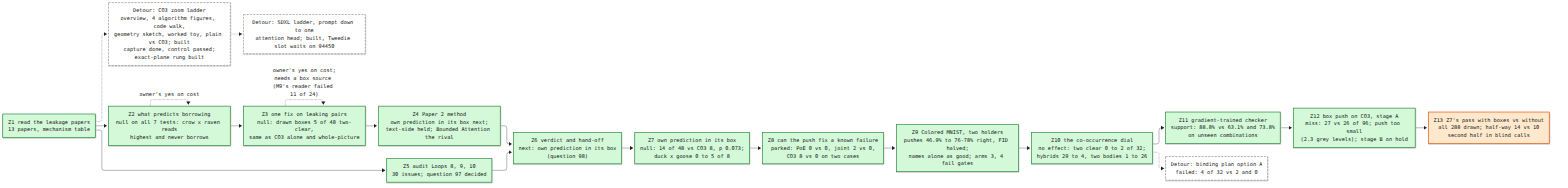
Above: artifacts/notes/progress/leakage/loop-12-progress.png in mo-rsa24/concept-composition (Mermaid), before the change. Its source is kept beside it as artifacts/notes/progress/leakage/loop-12-progress.mmd.
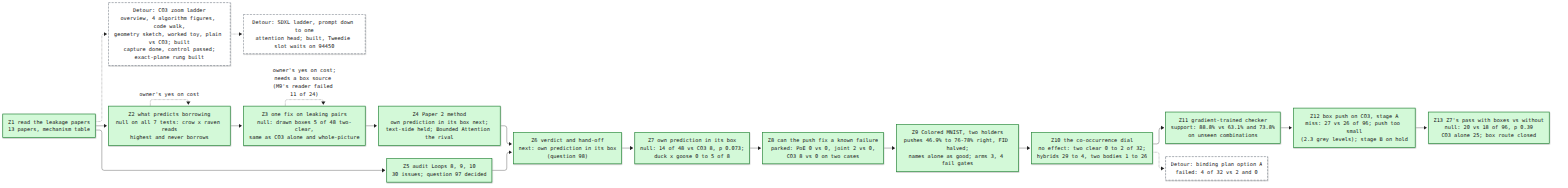
After the commit.

Commit message:
Loop 12 closes: Z13 done (null); where-loop-12-ends extended through Z12 and Z13; map and board

The edit, as a diff of the source:
```diff
@@ -26,7 +26,7 @@
   Z10 --> Z11
   Z12["Z12 box push on CO3, stage A<br/>miss: 27 vs 26 of 96; push too small<br/>(2.3 grey levels); stage B on hold"]:::done
   Z11 --> Z12
-  Z13["Z13 Z7's pass with boxes vs without<br/>all 288 drawn; half-way 14 vs 10<br/>second half in blind calls"]:::doing
+  Z13["Z13 Z7's pass with boxes vs without<br/>null: 20 vs 18 of 96, p 0.39<br/>CO3 alone 25; box route closed"]:::done
   Z12 --> Z13
   DB["Detour: binding plan option A<br/>failed: 4 of 32 vs 2 and 0"]:::detour
   Z10 -.-> DB
```
